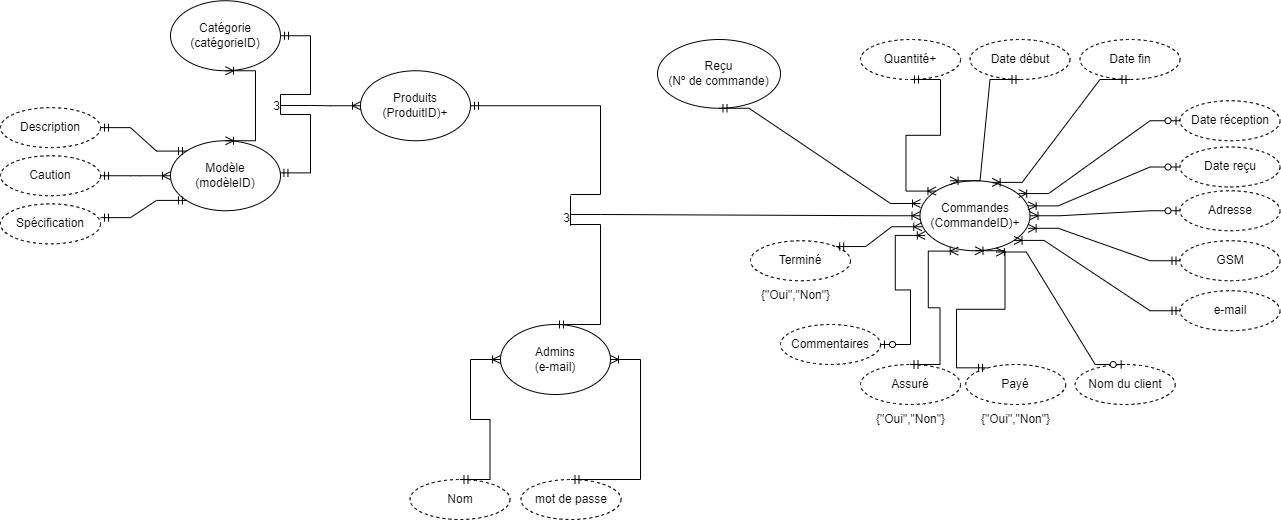
This is ORM.png from Emilevillette/LINFO1212-2022-12, a draw.io export, as it was before one commit. Source tidied: cells renumbered, new cells last; positions are measured from the earlier drawing's top-left corner, leaving out a move shared by most shapes.
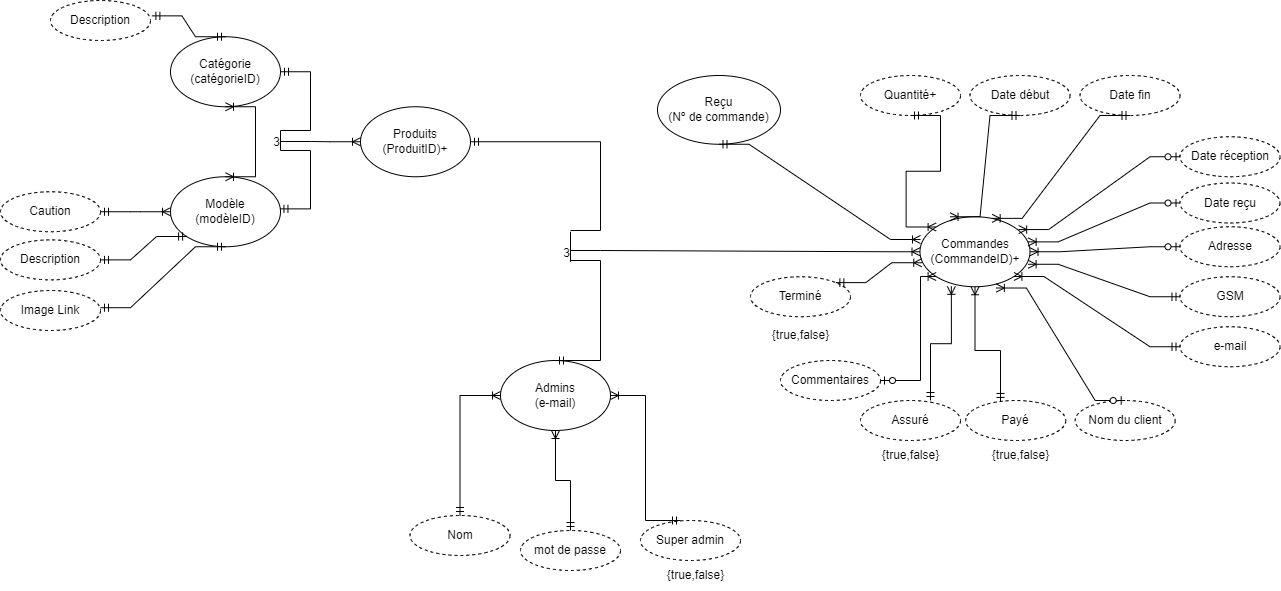
The same diagram one commit later.

What changed in the source:
```diff
@@ -11,14 +11,11 @@
     <mxCell id="4" value="Admins&lt;br&gt;(e-mail)" style="ellipse;whiteSpace=wrap;html=1;align=center;" parent="1" vertex="1">
       <mxGeometry x="500" y="324" width="110" height="70" as="geometry" />
     </mxCell>
-    <mxCell id="5" value="Description" style="ellipse;whiteSpace=wrap;html=1;align=center;dashed=1;" parent="1" vertex="1">
-      <mxGeometry y="107.1" width="100" height="40" as="geometry" />
-    </mxCell>
     <mxCell id="6" value="Nom" style="ellipse;whiteSpace=wrap;html=1;align=center;dashed=1;" parent="1" vertex="1">
       <mxGeometry x="409.5" y="479" width="100" height="40" as="geometry" />
     </mxCell>
     <mxCell id="7" value="mot de passe" style="ellipse;whiteSpace=wrap;html=1;align=center;dashed=1;" parent="1" vertex="1">
-      <mxGeometry x="520.5" y="479" width="100" height="40" as="geometry" />
+      <mxGeometry x="520" y="494" width="100" height="40" as="geometry" />
     </mxCell>
     <mxCell id="8" value="Quantité+" style="ellipse;whiteSpace=wrap;html=1;align=center;dashed=1;" parent="1" vertex="1">
       <mxGeometry x="860" y="39" width="100" height="40" as="geometry" />
@@ -32,9 +29,6 @@
     <mxCell id="11" value="Payé" style="ellipse;whiteSpace=wrap;html=1;align=center;dashed=1;" parent="1" vertex="1">
       <mxGeometry x="965.2" y="364" width="100" height="40" as="geometry" />
     </mxCell>
-    <mxCell id="12" value="{&quot;Oui&quot;,&quot;Non&quot;}" style="text;html=1;align=center;verticalAlign=middle;strokeColor=none;fillColor=none;fontColor=none;" parent="1" vertex="1">
-      <mxGeometry x="970.2" y="404" width="90" height="30" as="geometry" />
-    </mxCell>
     <mxCell id="13" style="endArrow=none;html=1;rounded=0;fontColor=none;" parent="1" edge="1">
       <mxGeometry relative="1" as="geometry">
         <mxPoint x="570" y="195.2" as="sourcePoint" />
@@ -49,10 +43,10 @@
         <mxPoint x="570" y="214" as="sourcePoint" />
       </mxGeometry>
     </mxCell>
-    <mxCell id="16" style="edgeStyle=entityRelationEdgeStyle;fontSize=12;html=1;endArrow=ERoneToMany;startArrow=ERmandOne;rounded=0;fontColor=none;exitX=0.5;exitY=0;exitDx=0;exitDy=0;entryX=0;entryY=0.5;entryDx=0;entryDy=0;" parent="1" edge="1" source="6" target="4">
+    <mxCell id="16" style="edgeStyle=orthogonalEdgeStyle;fontSize=12;html=1;endArrow=ERoneToMany;startArrow=ERmandOne;rounded=0;fontColor=none;exitX=0.5;exitY=0;exitDx=0;exitDy=0;entryX=0;entryY=0.5;entryDx=0;entryDy=0;" parent="1" edge="1" source="6" target="4">
       <mxGeometry relative="1" as="geometry" />
     </mxCell>
-    <mxCell id="17" style="edgeStyle=entityRelationEdgeStyle;fontSize=12;html=1;endArrow=ERoneToMany;startArrow=ERmandOne;rounded=0;fontColor=none;exitX=0.5;exitY=0;exitDx=0;exitDy=0;" parent="1" edge="1" source="7" target="4">
+    <mxCell id="17" style="edgeStyle=orthogonalEdgeStyle;fontSize=12;html=1;endArrow=ERoneToMany;startArrow=ERmandOne;rounded=0;fontColor=none;exitX=0.5;exitY=0;exitDx=0;exitDy=0;entryX=0.5;entryY=1;entryDx=0;entryDy=0;" parent="1" edge="1" source="7" target="4">
       <mxGeometry relative="1" as="geometry" />
     </mxCell>
     <mxCell id="18" style="edgeStyle=entityRelationEdgeStyle;fontSize=12;html=1;endArrow=ERoneToMany;startArrow=ERmandOne;rounded=0;fontColor=none;entryX=0;entryY=0;entryDx=0;entryDy=0;exitX=0.5;exitY=1;exitDx=0;exitDy=0;" parent="1" edge="1" source="8" target="3">
@@ -64,8 +58,13 @@
     <mxCell id="20" style="edgeStyle=entityRelationEdgeStyle;fontSize=12;html=1;endArrow=ERoneToMany;startArrow=ERmandOne;rounded=0;fontColor=none;exitX=0.5;exitY=1;exitDx=0;exitDy=0;entryX=0.273;entryY=0;entryDx=0;entryDy=0;entryPerimeter=0;" parent="1" edge="1" source="9" target="3">
       <mxGeometry relative="1" as="geometry" />
     </mxCell>
-    <mxCell id="21" style="edgeStyle=entityRelationEdgeStyle;fontSize=12;html=1;endArrow=ERoneToMany;startArrow=ERmandOne;rounded=0;fontColor=none;exitX=0.208;exitY=0.083;exitDx=0;exitDy=0;exitPerimeter=0;entryX=0.5;entryY=1;entryDx=0;entryDy=0;" parent="1" edge="1" source="11" target="3">
-      <mxGeometry relative="1" as="geometry" />
+    <mxCell id="21" style="edgeStyle=orthogonalEdgeStyle;fontSize=12;html=1;endArrow=ERoneToMany;startArrow=ERmandOne;rounded=0;fontColor=none;entryX=0.5;entryY=1;entryDx=0;entryDy=0;" parent="1" edge="1" source="11" target="3">
+      <mxGeometry relative="1" as="geometry">
+        <Array as="points">
+          <mxPoint x="1000" y="314" />
+          <mxPoint x="975" y="314" />
+        </Array>
+      </mxGeometry>
     </mxCell>
     <mxCell id="22" style="edgeStyle=entityRelationEdgeStyle;fontSize=12;html=1;endArrow=ERmandOne;rounded=0;fontColor=none;entryX=1;entryY=0.5;entryDx=0;entryDy=0;" parent="1" edge="1" target="2">
       <mxGeometry relative="1" as="geometry">
@@ -110,12 +109,9 @@
     <mxCell id="34" value="Assuré" style="ellipse;whiteSpace=wrap;html=1;align=center;dashed=1;" parent="1" vertex="1">
       <mxGeometry x="860" y="364" width="100" height="40" as="geometry" />
     </mxCell>
-    <mxCell id="35" value="{&quot;Oui&quot;,&quot;Non&quot;}" style="text;html=1;align=center;verticalAlign=middle;strokeColor=none;fillColor=none;fontColor=none;" parent="1" vertex="1">
-      <mxGeometry x="865" y="404" width="90" height="30" as="geometry" />
-    </mxCell>
-    <mxCell id="36" style="edgeStyle=entityRelationEdgeStyle;fontSize=12;html=1;endArrow=ERoneToMany;startArrow=ERmandOne;rounded=0;fontColor=none;entryX=0.348;entryY=1.005;entryDx=0;entryDy=0;entryPerimeter=0;" parent="1" edge="1" target="3">
+    <mxCell id="36" style="edgeStyle=orthogonalEdgeStyle;fontSize=12;html=1;endArrow=ERoneToMany;startArrow=ERmandOne;rounded=0;fontColor=none;entryX=0.285;entryY=0.994;entryDx=0;entryDy=0;entryPerimeter=0;" parent="1" edge="1" target="3">
       <mxGeometry relative="1" as="geometry">
-        <mxPoint x="909.5" y="364" as="sourcePoint" />
+        <mxPoint x="930" y="364" as="sourcePoint" />
       </mxGeometry>
     </mxCell>
     <mxCell id="37" value="Reçu&lt;br&gt;(Nº de commande)" style="ellipse;whiteSpace=wrap;html=1;align=center;" parent="1" vertex="1">
@@ -136,7 +132,7 @@
     <mxCell id="42" value="Caution" style="ellipse;whiteSpace=wrap;html=1;align=center;dashed=1;" parent="1" vertex="1">
       <mxGeometry y="155.2" width="100" height="40" as="geometry" />
     </mxCell>
-    <mxCell id="43" value="Spécification" style="ellipse;whiteSpace=wrap;html=1;align=center;dashed=1;" parent="1" vertex="1">
+    <mxCell id="43" value="Description" style="ellipse;whiteSpace=wrap;html=1;align=center;dashed=1;" parent="1" vertex="1">
       <mxGeometry y="203.4" width="100" height="40" as="geometry" />
     </mxCell>
     <mxCell id="44" style="edgeStyle=entityRelationEdgeStyle;fontSize=12;html=1;endArrow=ERoneToMany;startArrow=ERoneToMany;rounded=0;entryX=0.5;entryY=1;entryDx=0;entryDy=0;exitX=0.5;exitY=0;exitDx=0;exitDy=0;" parent="1" edge="1" source="41" target="40">
@@ -171,20 +167,19 @@
         <mxPoint x="280" y="105" as="sourcePoint" />
       </mxGeometry>
     </mxCell>
-    <mxCell id="51" style="edgeStyle=entityRelationEdgeStyle;fontSize=12;html=1;endArrow=ERmandOne;startArrow=ERmandOne;rounded=0;exitX=1;exitY=0.5;exitDx=0;exitDy=0;entryX=0;entryY=0;entryDx=0;entryDy=0;" parent="1" edge="1" source="5" target="41">
-      <mxGeometry relative="1" as="geometry" />
-    </mxCell>
-    <mxCell id="52" style="edgeStyle=entityRelationEdgeStyle;fontSize=12;html=1;endArrow=ERmandOne;startArrow=ERmandOne;rounded=0;exitX=1;exitY=0.344;exitDx=0;exitDy=0;entryX=0;entryY=1;entryDx=0;entryDy=0;exitPerimeter=0;" parent="1" edge="1" source="43" target="41">
+    <mxCell id="52" style="edgeStyle=entityRelationEdgeStyle;fontSize=12;html=1;endArrow=ERmandOne;startArrow=ERmandOne;rounded=0;exitX=1;exitY=0.5;exitDx=0;exitDy=0;entryX=0;entryY=1;entryDx=0;entryDy=0;" parent="1" edge="1" source="43" target="41">
       <mxGeometry relative="1" as="geometry" />
     </mxCell>
     <mxCell id="53" style="edgeStyle=entityRelationEdgeStyle;fontSize=12;html=1;endArrow=ERoneToMany;startArrow=ERmandOne;rounded=0;exitX=1;exitY=0.5;exitDx=0;exitDy=0;entryX=0;entryY=0.5;entryDx=0;entryDy=0;" parent="1" edge="1" source="42" target="41">
       <mxGeometry relative="1" as="geometry" />
     </mxCell>
-    <mxCell id="54" value="{&quot;Oui&quot;,&quot;Non&quot;}" style="text;html=1;align=center;verticalAlign=middle;strokeColor=none;fillColor=none;fontColor=none;" parent="1" vertex="1">
-      <mxGeometry x="750" y="280.2" width="90" height="30" as="geometry" />
-    </mxCell>
-    <mxCell id="55" style="edgeStyle=entityRelationEdgeStyle;fontSize=12;html=1;endArrow=ERoneToMany;startArrow=ERzeroToOne;rounded=0;entryX=0.048;entryY=0.781;entryDx=0;entryDy=0;entryPerimeter=0;" parent="1" edge="1" source="38" target="3">
-      <mxGeometry relative="1" as="geometry" />
+    <mxCell id="55" style="edgeStyle=orthogonalEdgeStyle;fontSize=12;html=1;endArrow=ERoneToMany;startArrow=ERzeroToOne;rounded=0;entryX=0;entryY=1;entryDx=0;entryDy=0;" parent="1" edge="1" source="38" target="3">
+      <mxGeometry relative="1" as="geometry">
+        <Array as="points">
+          <mxPoint x="920" y="344" />
+          <mxPoint x="920" y="240" />
+        </Array>
+      </mxGeometry>
     </mxCell>
     <mxCell id="56" style="edgeStyle=entityRelationEdgeStyle;fontSize=12;html=1;endArrow=ERoneToMany;startArrow=ERzeroToOne;rounded=0;exitX=0.5;exitY=0;exitDx=0;exitDy=0;entryX=0.694;entryY=1.018;entryDx=0;entryDy=0;entryPerimeter=0;" parent="1" edge="1" source="26" target="3">
       <mxGeometry relative="1" as="geometry" />
@@ -195,5 +190,39 @@
     <mxCell id="58" style="edgeStyle=entityRelationEdgeStyle;fontSize=12;html=1;endArrow=ERoneToMany;startArrow=ERmandOne;rounded=0;fontColor=none;entryX=0.016;entryY=0.657;entryDx=0;entryDy=0;exitX=1;exitY=0;exitDx=0;exitDy=0;entryPerimeter=0;" parent="1" edge="1" source="39" target="3">
       <mxGeometry relative="1" as="geometry" />
     </mxCell>
+    <mxCell id="59" value="Super admin" style="ellipse;whiteSpace=wrap;html=1;align=center;dashed=1;" parent="1" vertex="1">
+      <mxGeometry x="640" y="484" width="100" height="40" as="geometry" />
+    </mxCell>
+    <mxCell id="60" value="{true,false}" style="text;html=1;align=center;verticalAlign=middle;strokeColor=none;fillColor=none;fontColor=none;" parent="1" vertex="1">
+      <mxGeometry x="655" y="524" width="80" height="30" as="geometry" />
+    </mxCell>
+    <mxCell id="61" style="edgeStyle=orthogonalEdgeStyle;fontSize=12;html=1;endArrow=ERoneToMany;startArrow=ERmandOne;rounded=0;fontColor=none;entryX=1;entryY=0.5;entryDx=0;entryDy=0;" parent="1" edge="1" target="4">
+      <mxGeometry relative="1" as="geometry">
+        <mxPoint x="680" y="484" as="sourcePoint" />
+      </mxGeometry>
+    </mxCell>
+    <mxCell id="62" value="Image Link" style="ellipse;whiteSpace=wrap;html=1;align=center;dashed=1;" parent="1" vertex="1">
+      <mxGeometry y="254" width="100" height="40" as="geometry" />
+    </mxCell>
+    <mxCell id="63" style="edgeStyle=entityRelationEdgeStyle;fontSize=12;html=1;endArrow=ERmandOne;startArrow=ERmandOne;rounded=0;exitX=1;exitY=0.344;exitDx=0;exitDy=0;entryX=0.5;entryY=1;entryDx=0;entryDy=0;exitPerimeter=0;" parent="1" edge="1" target="41">
+      <mxGeometry relative="1" as="geometry">
+        <mxPoint x="100" y="271.2" as="sourcePoint" />
+      </mxGeometry>
+    </mxCell>
+    <mxCell id="5" value="Description" style="ellipse;whiteSpace=wrap;html=1;align=center;dashed=1;" parent="1" vertex="1">
+      <mxGeometry x="50" y="-36" width="100" height="40" as="geometry" />
+    </mxCell>
+    <mxCell id="64" style="edgeStyle=entityRelationEdgeStyle;fontSize=12;html=1;endArrow=ERmandOne;startArrow=ERmandOne;rounded=0;exitX=1.014;exitY=0.384;exitDx=0;exitDy=0;entryX=0.5;entryY=0;entryDx=0;entryDy=0;exitPerimeter=0;" parent="1" edge="1" source="5" target="40">
+      <mxGeometry relative="1" as="geometry" />
+    </mxCell>
+    <mxCell id="65" value="{true,false}" style="text;html=1;align=center;verticalAlign=middle;strokeColor=none;fillColor=none;fontColor=none;" parent="1" vertex="1">
+      <mxGeometry x="760" y="284" width="80" height="30" as="geometry" />
+    </mxCell>
+    <mxCell id="66" value="{true,false}" style="text;html=1;align=center;verticalAlign=middle;strokeColor=none;fillColor=none;fontColor=none;" parent="1" vertex="1">
+      <mxGeometry x="870" y="404" width="80" height="30" as="geometry" />
+    </mxCell>
+    <mxCell id="67" value="{true,false}" style="text;html=1;align=center;verticalAlign=middle;strokeColor=none;fillColor=none;fontColor=none;" parent="1" vertex="1">
+      <mxGeometry x="980" y="404" width="80" height="30" as="geometry" />
+    </mxCell>
   </root>
 </mxGraphModel>
```
